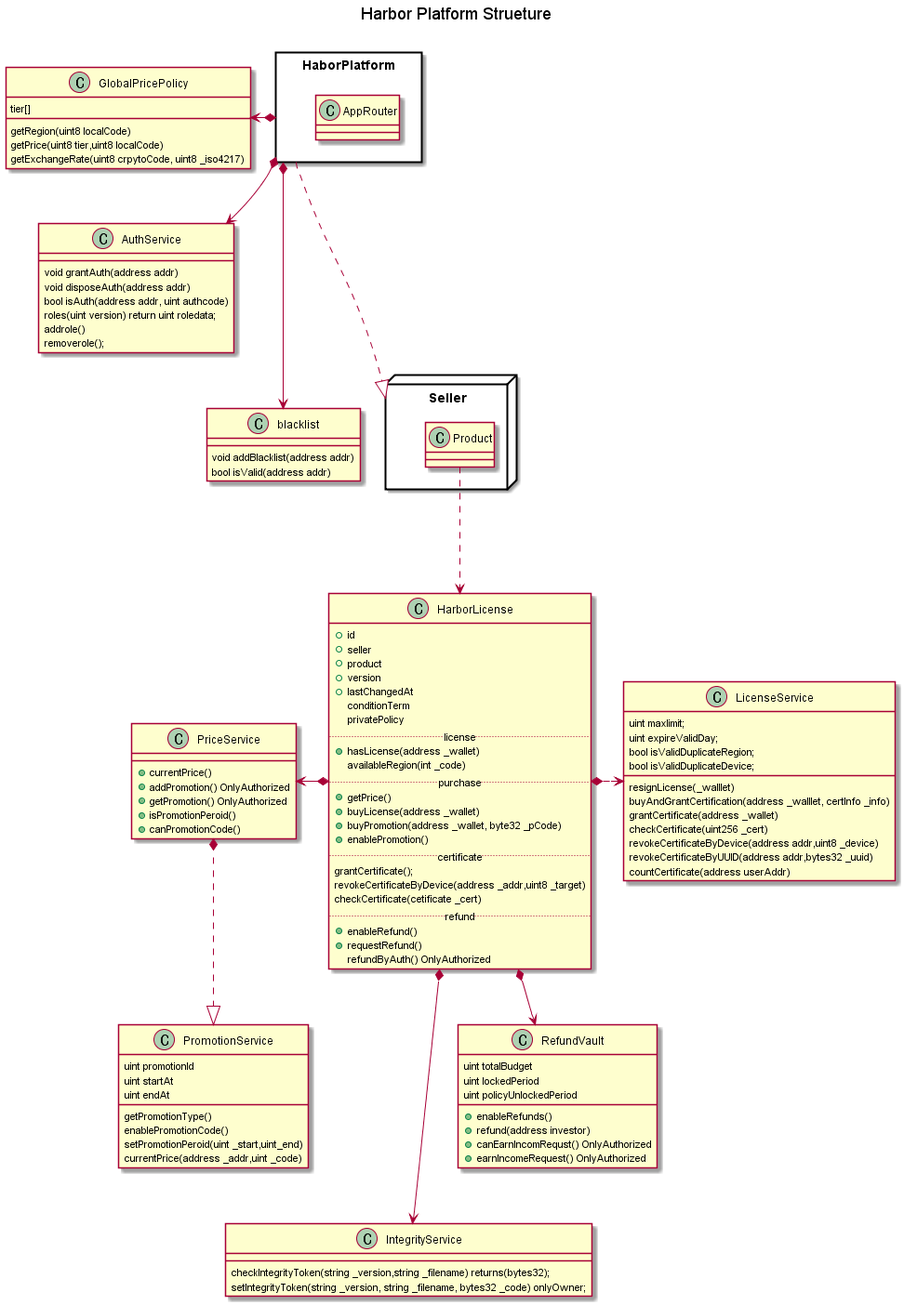
Before: img/CL_HarborPlatform.png, a diagram exported from PlantUML (harborPlatform/HarborPlatformContractDemo). The source it was exported from:
```plantuml
@startuml
title Harbor Platform Strueture

package HaborPlatform <<Rectangle>> {
  class AppRouter
}
HaborPlatform ...|> Seller
package Seller <<Node>> {
  class Product
}

GlobalPricePolicy <-* HaborPlatform
HaborPlatform *--> AuthService
HaborPlatform *---> blacklist

class blacklist{
  void addBlacklist(address addr)
  bool isValid(address addr)
}

class GlobalPricePolicy{
  tier[]
  getRegion(uint8 localCode)
  getPrice(uint8 tier,uint8 localCode)
  getExchangeRate(uint8 crpytoCode, uint8 _iso4217)
}

class AuthService{
  void grantAuth(address addr)
  void disposeAuth(address addr)
  bool isAuth(address addr, uint authcode)

  roles(uint version) return uint roledata;
  addrole()
  removerole();
}

Product ...> HarborLicense
class HarborLicense {
  +id
  +seller
  +product
  +version
  +lastChangedAt
  conditionTerm
  privatePolicy

  .. license ..
  +hasLicense(address _wallet)
  availableRegion(int _code)
  ..purchase..
  +getPrice()
  +buyLicense(address _wallet)
  +buyPromotion(address _wallet, byte32 _pCode)
  +enablePromotion()

 .. certificate ..
  grantCertificate();
  revokeCertificateByDevice(address _addr,uint8 _target)
  checkCertificate(cetificate _cert)

  .. refund ..
  +enableRefund()
  +requestRefund()

  refundByAuth() OnlyAuthorized



}

 PriceService <-*  HarborLicense
HarborLicense *.> LicenseService
HarborLicense *--> RefundVault

HarborLicense *---> IntegrityService



class LicenseService {

 uint maxlimit;
 uint expireValidDay;
 bool isValidDuplicateRegion;
 bool isValidDuplicateDevice;

 resignLicense(_walllet)
 buyAndGrantCertification(address _walllet, certInfo _info)

 grantCertificate(address _wallet)
 checkCertificate(uint256 _cert)
 revokeCertificateByDevice(address addr,uint8 _device)
 revokeCertificateByUUID(address addr,bytes32 _uuid)

 countCertificate(address userAddr)

}


PriceService *..|> PromotionService

class PriceService {
  +currentPrice()
  +addPromotion() OnlyAuthorized
  +getPromotion() OnlyAuthorized
  +isPromotionPeroid()
  +canPromotionCode()
}

class PromotionService{
	uint promotionId
	uint startAt
	uint endAt
	getPromotionType()
	enablePromotionCode()
	setPromotionPeroid(uint _start,uint_end)
	currentPrice(address _addr,uint _code)
}

class RefundVault {
	uint totalBudget
	uint lockedPeriod
	uint policyUnlockedPeriod
	+enableRefunds()
	+refund(address investor)

	+canEarnIncomRequst() OnlyAuthorized
	+earnIncomeRequest() OnlyAuthorized
}



class IntegrityService{
  checkIntegrityToken(string _version,string _filename) returns(bytes32);
  setIntegrityToken(string _version, string _filename, bytes32 _code) onlyOwner;
}

@enduml
```
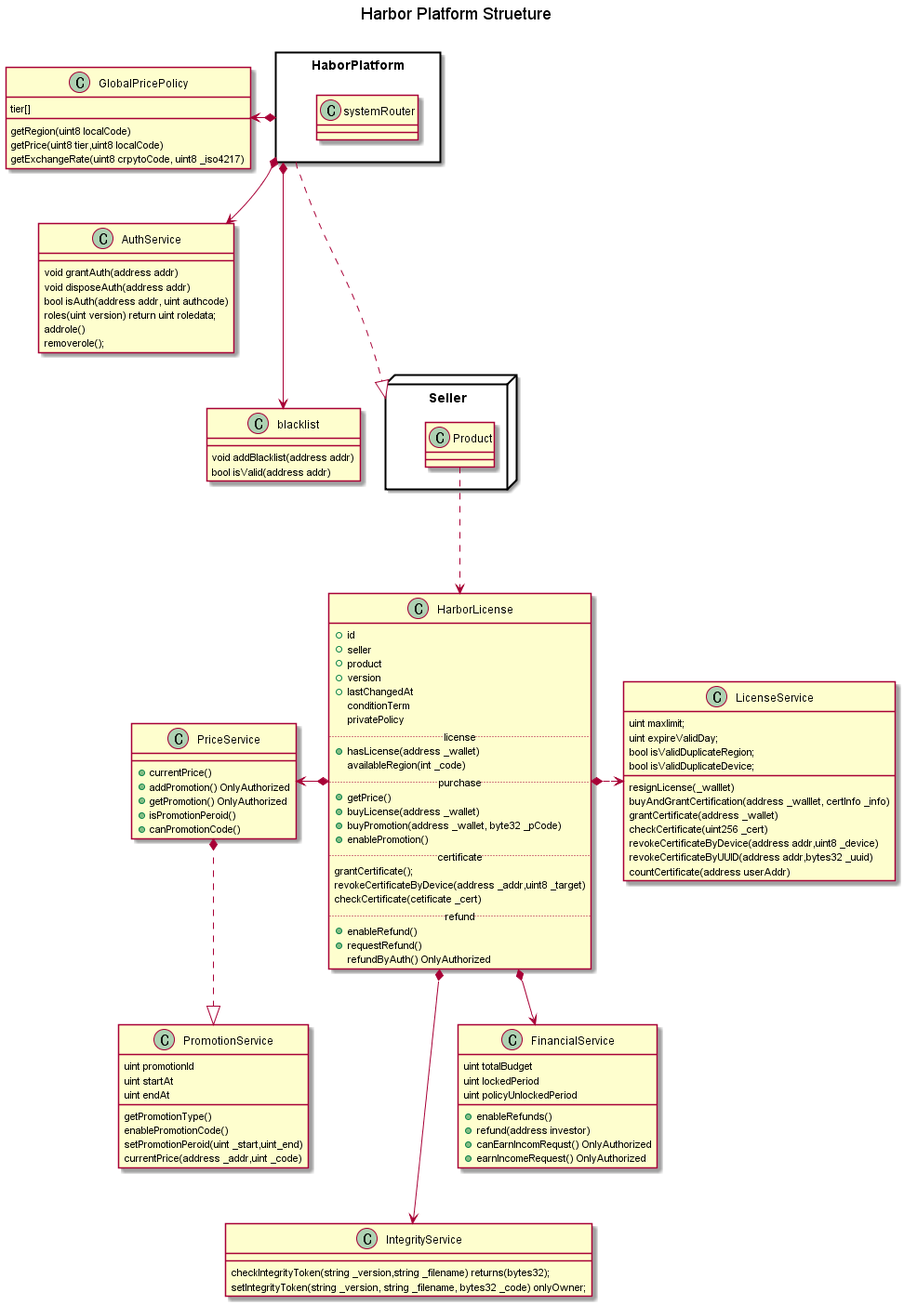
After the commit.

What changed in the source:
```diff
@@ -2,7 +2,7 @@
 title Harbor Platform Strueture
 
 package HaborPlatform <<Rectangle>> {
-  class AppRouter
+  class systemRouter
 }
 HaborPlatform ...|> Seller
 package Seller <<Node>> {
@@ -71,7 +71,7 @@
 
  PriceService <-*  HarborLicense
 HarborLicense *.> LicenseService
-HarborLicense *--> RefundVault
+HarborLicense *--> FinancialService
 
 HarborLicense *---> IntegrityService
 
@@ -117,13 +117,12 @@
 	currentPrice(address _addr,uint _code)
 }
 
-class RefundVault {
+class FinancialService {
 	uint totalBudget
 	uint lockedPeriod
 	uint policyUnlockedPeriod
 	+enableRefunds()
 	+refund(address investor)
-
 	+canEarnIncomRequst() OnlyAuthorized
 	+earnIncomeRequest() OnlyAuthorized
 }
```
